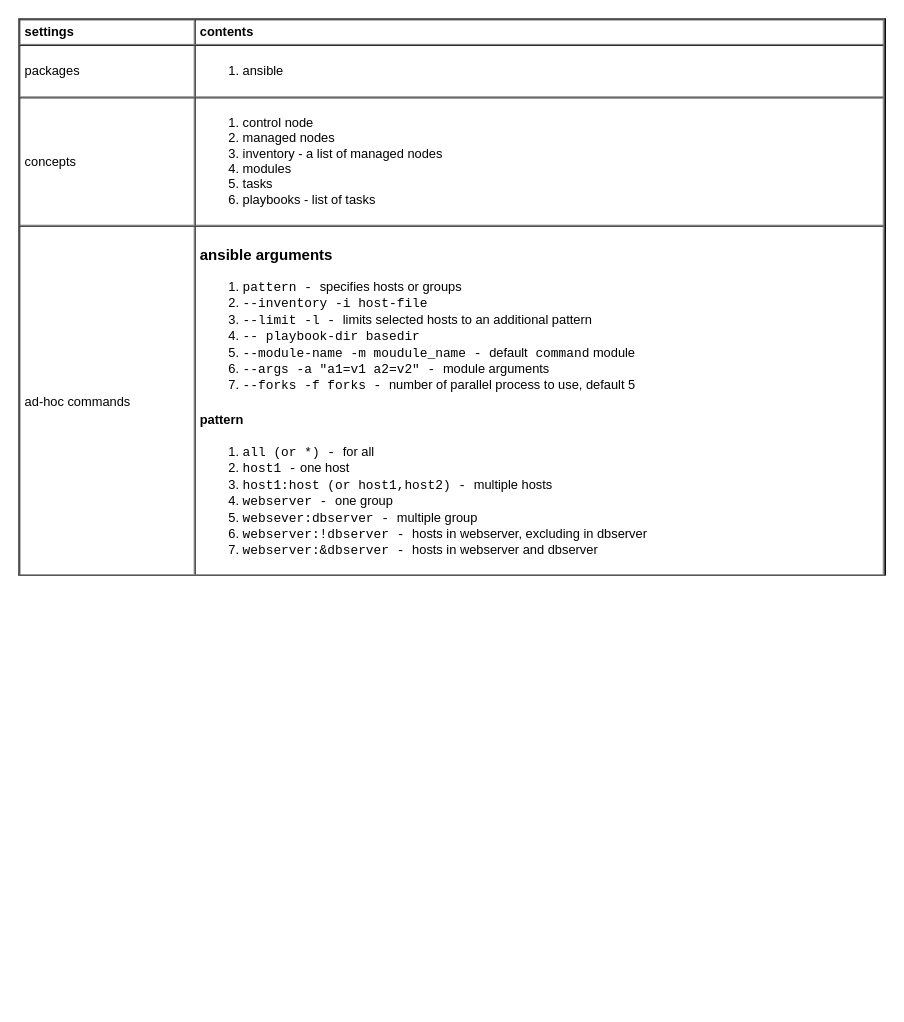
This is page "ansible" (1 of 4) of languages/python/ansible.drawio from yangdj/tf_docs, a draw.io file, before an edit. Source tidied: cells renumbered, new cells numbered last; positions are measured from the earlier drawing's top-left corner, leaving out a move shared by most shapes. Both pictures are drawn from the tidied source at 107%, with x=0, y=0 at pixel (18, 18).
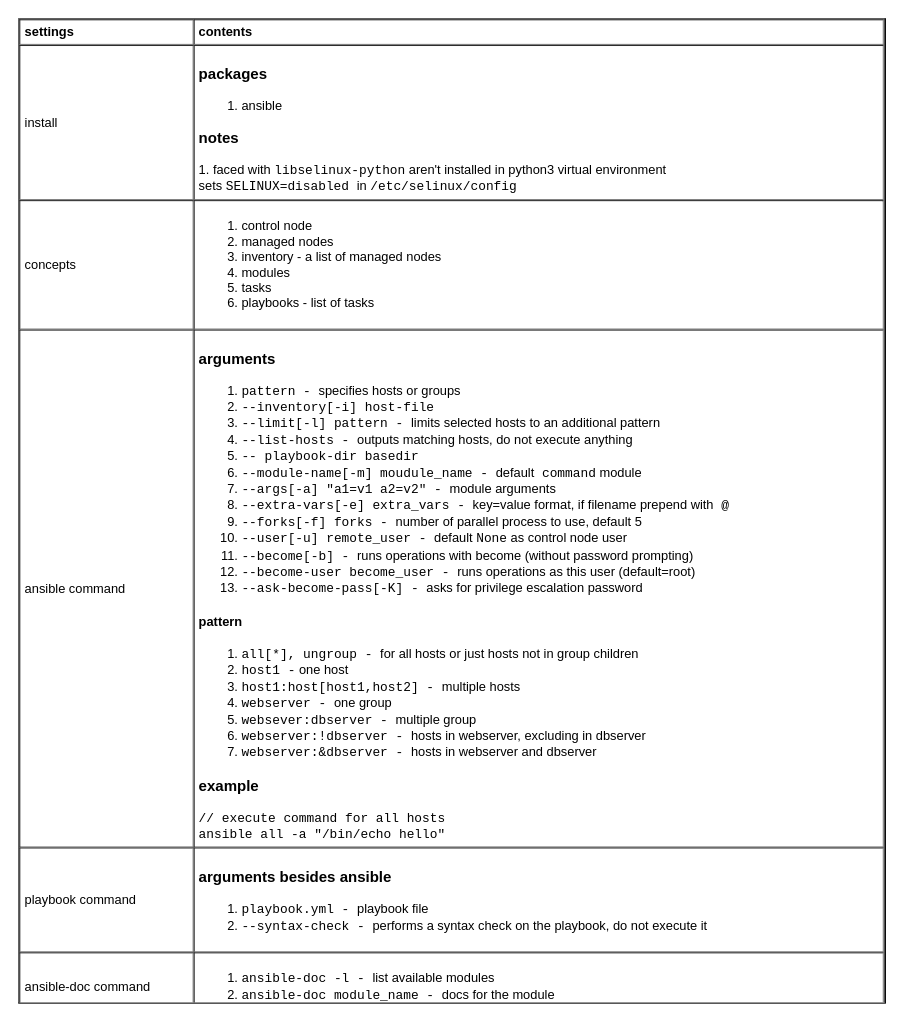
The same diagram, later.

Diff of the diagram source:
```diff
@@
 <mxGraphModel>
   <root>
     <mxCell id="0" />
     <mxCell id="1" parent="0" />
-    <mxCell id="2" value="&lt;table cellpadding=&quot;4&quot; cellspacing=&quot;0&quot; border=&quot;1&quot; style=&quot;font-size: 1em ; width: 100% ; height: 100%&quot;&gt;&lt;tbody&gt;&lt;tr&gt;&lt;th&gt;settings&lt;/th&gt;&lt;th&gt;contents&lt;/th&gt;&lt;/tr&gt;&lt;tr&gt;&lt;td&gt;packages&lt;/td&gt;&lt;td&gt;&lt;ol&gt;&lt;li&gt;ansible&lt;/li&gt;&lt;/ol&gt;&lt;/td&gt;&lt;/tr&gt;&lt;tr&gt;&lt;td&gt;concepts&lt;/td&gt;&lt;td&gt;&lt;ol&gt;&lt;li&gt;control node&lt;/li&gt;&lt;li&gt;managed nodes&lt;/li&gt;&lt;li&gt;inventory - a list of managed nodes&lt;/li&gt;&lt;li&gt;modules&lt;/li&gt;&lt;li&gt;tasks&lt;/li&gt;&lt;li&gt;playbooks - list of tasks&lt;/li&gt;&lt;/ol&gt;&lt;/td&gt;&lt;/tr&gt;&lt;tr&gt;&lt;td&gt;ad-hoc commands&lt;/td&gt;&lt;td&gt;&lt;h3&gt;ansible arguments&lt;/h3&gt;&lt;ol&gt;&lt;li&gt;&lt;font face=&quot;Courier New&quot;&gt;pattern - &lt;/font&gt;specifies&amp;nbsp;hosts or groups&lt;/li&gt;&lt;li&gt;&lt;font face=&quot;Courier New&quot;&gt;--inventory -i host-file&lt;/font&gt;&lt;/li&gt;&lt;li&gt;&lt;font face=&quot;Courier New&quot;&gt;--limit -l - &lt;/font&gt;limits selected hosts to an additional pattern&lt;/li&gt;&lt;li&gt;&lt;font face=&quot;Courier New&quot;&gt;-- playbook-dir basedir&lt;/font&gt;&lt;/li&gt;&lt;li&gt;&lt;font face=&quot;Courier New&quot;&gt;--module-name -m moudule_name - &lt;/font&gt;default&lt;font face=&quot;Courier New&quot;&gt; command&lt;/font&gt; module&lt;/li&gt;&lt;li&gt;&lt;font face=&quot;Courier New&quot;&gt;--args -a &quot;a1=v1 a2=v2&quot; - &lt;/font&gt;module arguments&lt;/li&gt;&lt;li&gt;&lt;font face=&quot;Courier New&quot;&gt;--forks -f forks - &lt;/font&gt;number of parallel process to use, default 5&lt;/li&gt;&lt;/ol&gt;&lt;h4&gt;pattern&lt;/h4&gt;&lt;div&gt;&lt;ol&gt;&lt;li&gt;&lt;font face=&quot;Courier New&quot;&gt;all (or *) - &lt;/font&gt;for all&lt;/li&gt;&lt;li&gt;&lt;font face=&quot;Courier New&quot;&gt;host1 -&lt;/font&gt; one host&lt;/li&gt;&lt;li&gt;&lt;font face=&quot;Courier New&quot;&gt;host1:host (or host1,host2) - &lt;/font&gt;multiple hosts&lt;/li&gt;&lt;li&gt;&lt;font face=&quot;Courier New&quot;&gt;webserver - &lt;/font&gt;one group&lt;/li&gt;&lt;li&gt;&lt;font face=&quot;Courier New&quot;&gt;websever:dbserver - &lt;/font&gt;multiple group&lt;/li&gt;&lt;li&gt;&lt;font face=&quot;Courier New&quot;&gt;webserver:!dbserver - &lt;/font&gt;hosts in webserver, excluding in dbserver&lt;/li&gt;&lt;li&gt;&lt;font face=&quot;Courier New&quot;&gt;webserver:&amp;amp;dbserver - &lt;/font&gt;hosts in webserver and dbserver&amp;nbsp;&lt;/li&gt;&lt;/ol&gt;&lt;/div&gt;&lt;/td&gt;&lt;/tr&gt;&lt;/tbody&gt;&lt;/table&gt; " style="verticalAlign=top;align=left;overflow=fill;fontSize=12;fontFamily=Helvetica;html=1;" parent="1" vertex="1">
-      <mxGeometry width="810" height="520" as="geometry" />
+    <mxCell id="2" value="&lt;table cellpadding=&quot;4&quot; cellspacing=&quot;0&quot; border=&quot;1&quot; style=&quot;font-size: 1em ; width: 100% ; height: 100%&quot;&gt;&lt;tbody&gt;&lt;tr&gt;&lt;th&gt;settings&lt;/th&gt;&lt;th&gt;contents&lt;/th&gt;&lt;/tr&gt;&lt;tr&gt;&lt;td&gt;install&lt;/td&gt;&lt;td&gt;&lt;h3&gt;packages&lt;/h3&gt;&lt;ol&gt;&lt;li&gt;ansible&lt;/li&gt;&lt;/ol&gt;&lt;h3&gt;notes&lt;/h3&gt;&lt;div&gt;1. faced with &lt;font face=&quot;Courier New&quot;&gt;libselinux-python&lt;/font&gt; aren't installed in python3 virtual environment&lt;/div&gt;&lt;div&gt;sets &lt;font face=&quot;Courier New&quot;&gt;SELINUX=disabled&amp;nbsp;&lt;/font&gt;&lt;span style=&quot;font-size: 1em&quot;&gt;in &lt;font face=&quot;Courier New&quot;&gt;/etc/selinux/config&lt;/font&gt;&lt;/span&gt;&lt;span style=&quot;font-size: 1em&quot;&gt;&amp;nbsp;&lt;/span&gt;&lt;br&gt;&lt;/div&gt;&lt;/td&gt;&lt;/tr&gt;&lt;tr&gt;&lt;td&gt;concepts&lt;/td&gt;&lt;td&gt;&lt;ol&gt;&lt;li&gt;control node&lt;/li&gt;&lt;li&gt;managed nodes&lt;/li&gt;&lt;li&gt;inventory - a list of managed nodes&lt;/li&gt;&lt;li&gt;modules&lt;/li&gt;&lt;li&gt;tasks&lt;/li&gt;&lt;li&gt;playbooks - list of tasks&lt;/li&gt;&lt;/ol&gt;&lt;/td&gt;&lt;/tr&gt;&lt;tr&gt;&lt;td&gt;ansible command&lt;/td&gt;&lt;td&gt;&lt;h3&gt;arguments&lt;/h3&gt;&lt;ol&gt;&lt;li&gt;&lt;font face=&quot;Courier New&quot;&gt;pattern - &lt;/font&gt;specifies&amp;nbsp;hosts or groups&lt;/li&gt;&lt;li&gt;&lt;font face=&quot;Courier New&quot;&gt;--inventory[-i] host-file&lt;/font&gt;&lt;/li&gt;&lt;li&gt;&lt;font face=&quot;Courier New&quot;&gt;--limit[-l] pattern - &lt;/font&gt;limits selected hosts to an additional pattern&lt;/li&gt;&lt;li&gt;&lt;font face=&quot;Courier New&quot;&gt;--list-hosts - &lt;/font&gt;outputs matching hosts, do not execute anything&lt;/li&gt;&lt;li&gt;&lt;font face=&quot;Courier New&quot;&gt;-- playbook-dir basedir&lt;/font&gt;&lt;/li&gt;&lt;li&gt;&lt;font face=&quot;Courier New&quot;&gt;--module-name[-m] moudule_name - &lt;/font&gt;default&lt;font face=&quot;Courier New&quot;&gt; command&lt;/font&gt; module&lt;/li&gt;&lt;li&gt;&lt;font face=&quot;Courier New&quot;&gt;--args[-a] &quot;a1=v1 a2=v2&quot; - &lt;/font&gt;module arguments&lt;/li&gt;&lt;li&gt;&lt;font face=&quot;Courier New&quot;&gt;--extra-vars[-e] extra_vars - &lt;/font&gt;key=value format, if filename prepend with&lt;font face=&quot;Courier New&quot;&gt; @&lt;/font&gt;&lt;/li&gt;&lt;li&gt;&lt;font face=&quot;Courier New&quot;&gt;--forks[-f] forks - &lt;/font&gt;number of parallel process to use, default 5&lt;/li&gt;&lt;li&gt;&lt;font face=&quot;Courier New&quot;&gt;--user[-u] remote_user - &lt;/font&gt;default &lt;font face=&quot;Courier New&quot;&gt;None&lt;/font&gt; as control node user&lt;/li&gt;&lt;li&gt;&lt;font face=&quot;Courier New&quot;&gt;--become[-b] - &lt;/font&gt;runs operations with become (without password prompting)&lt;/li&gt;&lt;li&gt;&lt;font face=&quot;Courier New&quot;&gt;--become-user become_user -&amp;nbsp;&lt;/font&gt;runs operations as this user (default=root)&lt;/li&gt;&lt;li&gt;&lt;font face=&quot;Courier New&quot;&gt;--ask-become-pass[-K] -&amp;nbsp;&lt;/font&gt;asks for privilege escalation password&lt;/li&gt;&lt;/ol&gt;&lt;h4&gt;pattern&lt;/h4&gt;&lt;div&gt;&lt;ol&gt;&lt;li&gt;&lt;font face=&quot;Courier New&quot;&gt;all[*], ungroup - &lt;/font&gt;for all hosts or just hosts not in group children&lt;/li&gt;&lt;li&gt;&lt;font face=&quot;Courier New&quot;&gt;host1 -&lt;/font&gt; one host&lt;/li&gt;&lt;li&gt;&lt;font face=&quot;Courier New&quot;&gt;host1:host[host1,host2] - &lt;/font&gt;multiple hosts&lt;/li&gt;&lt;li&gt;&lt;font face=&quot;Courier New&quot;&gt;webserver - &lt;/font&gt;one group&lt;/li&gt;&lt;li&gt;&lt;font face=&quot;Courier New&quot;&gt;websever:dbserver - &lt;/font&gt;multiple group&lt;/li&gt;&lt;li&gt;&lt;font face=&quot;Courier New&quot;&gt;webserver:!dbserver - &lt;/font&gt;hosts in webserver, excluding in dbserver&lt;/li&gt;&lt;li&gt;&lt;font face=&quot;Courier New&quot;&gt;webserver:&amp;amp;dbserver - &lt;/font&gt;hosts in webserver and dbserver&lt;/li&gt;&lt;/ol&gt;&lt;h3&gt;example&lt;/h3&gt;&lt;/div&gt;&lt;div&gt;&lt;font face=&quot;Courier New&quot;&gt;// execute command for all hosts&lt;/font&gt;&lt;/div&gt;&lt;div&gt;&lt;font face=&quot;Courier New&quot;&gt;ansible all -a &quot;/bin/echo hello&quot;&lt;/font&gt;&lt;/div&gt;&lt;/td&gt;&lt;/tr&gt;&lt;tr&gt;&lt;td&gt;playbook command&lt;/td&gt;&lt;td&gt;&lt;h3&gt;arguments besides ansible&lt;/h3&gt;&lt;div&gt;&lt;ol&gt;&lt;li&gt;&lt;font face=&quot;Courier New&quot;&gt;playbook.yml - &lt;/font&gt;playbook file&lt;/li&gt;&lt;li&gt;&lt;font face=&quot;Courier New&quot;&gt;--syntax-check - &lt;/font&gt;performs a syntax check on the playbook, do not execute it&lt;/li&gt;&lt;/ol&gt;&lt;/div&gt;&lt;/td&gt;&lt;/tr&gt;&lt;tr&gt;&lt;td&gt;ansible-doc command&lt;/td&gt;&lt;td&gt;&lt;ol&gt;&lt;li&gt;&lt;font face=&quot;Courier New&quot;&gt;ansible-doc -l - &lt;/font&gt;list available modules&lt;/li&gt;&lt;li&gt;&lt;font face=&quot;Courier New&quot;&gt;ansible-doc module_name - &lt;/font&gt;docs for the module&lt;/li&gt;&lt;/ol&gt;&lt;/td&gt;&lt;/tr&gt;&lt;/tbody&gt;&lt;/table&gt; " style="verticalAlign=top;align=left;overflow=fill;fontSize=12;fontFamily=Helvetica;html=1;" parent="1" vertex="1">
+      <mxGeometry width="810" height="920" as="geometry" />
     </mxCell>
   </root>
 </mxGraphModel>
```
